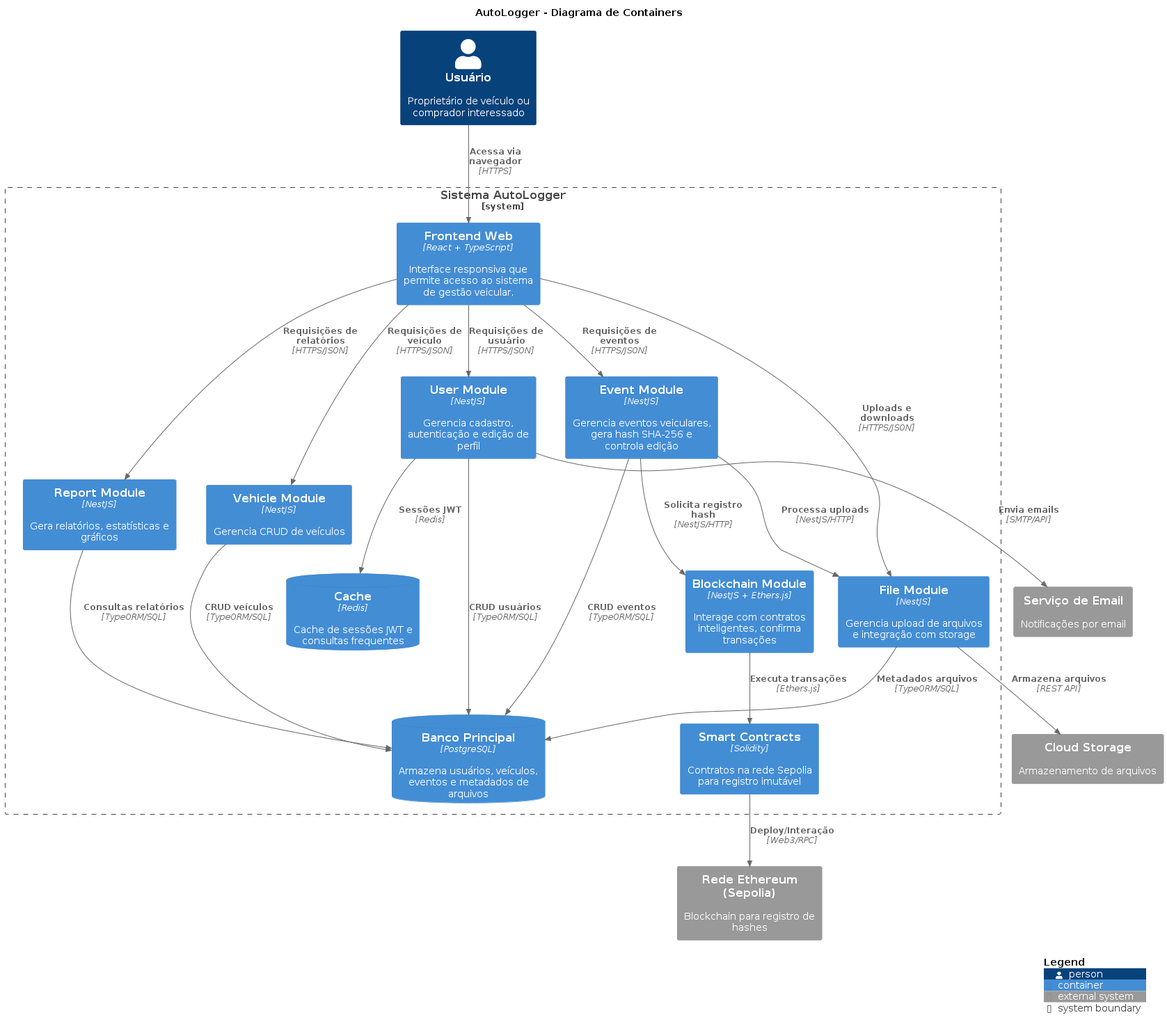
Pellegr1n1/autologger-services keeps this PlantUML diagram as docs/c4_architecture/c4_level2.png. Above is the earlier version. Its diagram source:
```plantuml
@startuml c4_level2
!includeurl https://raw.githubusercontent.com/plantuml-stdlib/C4-PlantUML/master/C4_Container.puml

title AutoLogger - Diagrama de Containers

LAYOUT_TOP_DOWN()

Person(user, "Usuário", "Proprietário de veículo ou comprador interessado")

System_Boundary(autologger_boundary, "Sistema AutoLogger") {
    Container(frontend, "Frontend Web", "React + TypeScript", "Interface responsiva que permite acesso ao sistema de gestão veicular.")

    Container(user_module, "User Module", "NestJS", "Gerencia cadastro, autenticação e edição de perfil")

    Container(vehicle_module, "Vehicle Module", "NestJS", "Gerencia CRUD de veículos")

    Container(event_module, "Event Module", "NestJS", "Gerencia eventos veiculares, gera hash SHA-256 e controla edição")

    Container(report_module, "Report Module", "NestJS", "Gera relatórios, estatísticas e gráficos")

    Container(blockchain_module, "Blockchain Module", "NestJS + Ethers.js", "Interage com contratos inteligentes, confirma transações")

    Container(file_module, "File Module", "NestJS", "Gerencia upload de arquivos e integração com storage")

    ContainerDb(main_db, "Banco Principal", "PostgreSQL", "Armazena usuários, veículos, eventos e metadados de arquivos")

    ContainerDb(cache_db, "Cache", "Redis", "Cache de sessões JWT e consultas frequentes")

    Container(smart_contracts, "Smart Contracts", "Solidity", "Contratos na rede Sepolia para registro imutável")
}

System_Ext(ethereum_net, "Rede Ethereum (Sepolia)", "Blockchain para registro de hashes")
System_Ext(email_ext, "Serviço de Email", "Notificações por email")
System_Ext(storage_ext, "Cloud Storage", "Armazenamento de arquivos")

Rel(user, frontend, "Acessa via navegador", "HTTPS")

Rel(frontend, user_module, "Requisições de usuário", "HTTPS/JSON")
Rel(frontend, vehicle_module, "Requisições de veículo", "HTTPS/JSON")
Rel(frontend, event_module, "Requisições de eventos", "HTTPS/JSON")
Rel(frontend, report_module, "Requisições de relatórios", "HTTPS/JSON")
Rel(frontend, file_module, "Uploads e downloads", "HTTPS/JSON")

Rel(user_module, main_db, "CRUD usuários", "TypeORM/SQL")
Rel(vehicle_module, main_db, "CRUD veículos", "TypeORM/SQL")
Rel(event_module, main_db, "CRUD eventos", "TypeORM/SQL")
Rel(report_module, main_db, "Consultas relatórios", "TypeORM/SQL")
Rel(file_module, main_db, "Metadados arquivos", "TypeORM/SQL")

Rel(user_module, cache_db, "Sessões JWT", "Redis")

Rel(event_module, blockchain_module, "Solicita registro hash", "NestJS/HTTP")
Rel(blockchain_module, smart_contracts, "Executa transações", "Ethers.js")
Rel(smart_contracts, ethereum_net, "Deploy/Interação", "Web3/RPC")

Rel(event_module, file_module, "Processa uploads", "NestJS/HTTP")
Rel(file_module, storage_ext, "Armazena arquivos", "REST API")
Rel(user_module, email_ext, "Envia emails", "SMTP/API")

SHOW_LEGEND()
@enduml
```
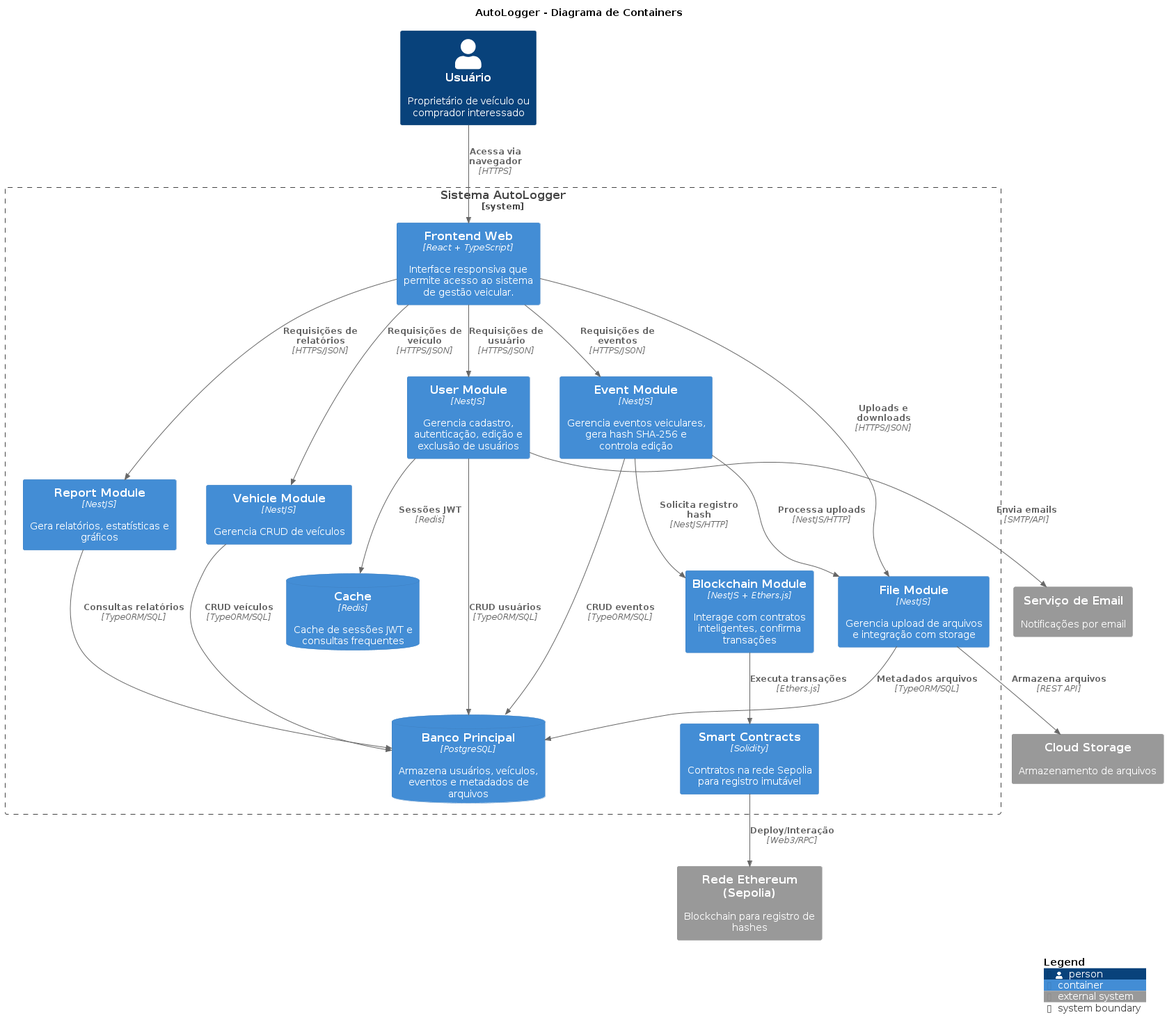
Above is the later version.

Diff of the diagram source:
```diff
@@ -10,7 +10,7 @@
 System_Boundary(autologger_boundary, "Sistema AutoLogger") {
     Container(frontend, "Frontend Web", "React + TypeScript", "Interface responsiva que permite acesso ao sistema de gestão veicular.")
 
-    Container(user_module, "User Module", "NestJS", "Gerencia cadastro, autenticação e edição de perfil")
+    Container(user_module, "User Module", "NestJS", "Gerencia cadastro, autenticação, edição e exclusão de usuários")
 
     Container(vehicle_module, "Vehicle Module", "NestJS", "Gerencia CRUD de veículos")
 
```
